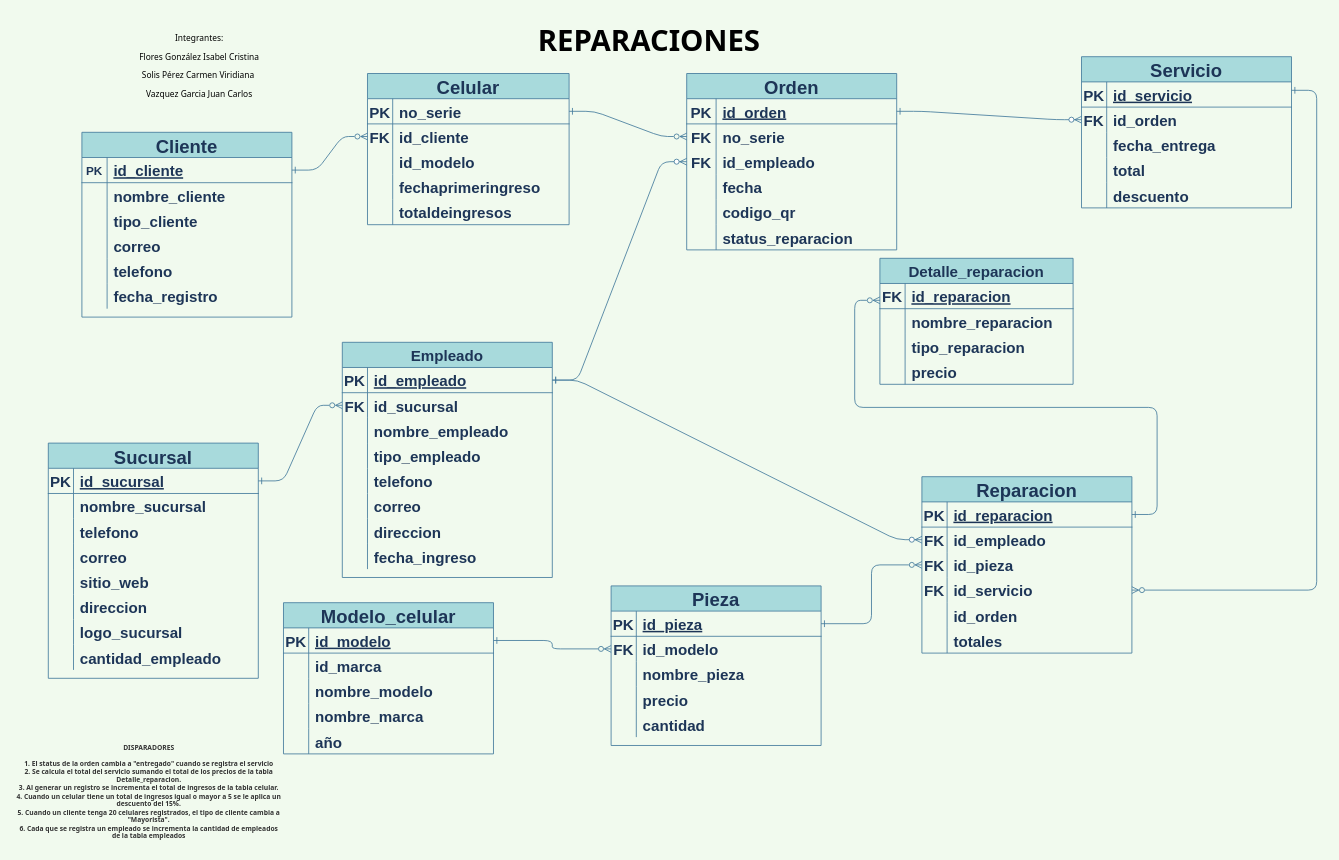
ViridianaSolis11/Base-de-datos- keeps this draw.io diagram as Borrador2Reparaciones.drawio. Above is the earlier version. Source tidied: cells renumbered, new cells numbered last; positions are measured from the earlier drawing's top-left corner, leaving out a move shared by most shapes. Both pictures are drawn from the tidied source at 84%, with x=0, y=0 at pixel (14, 14).
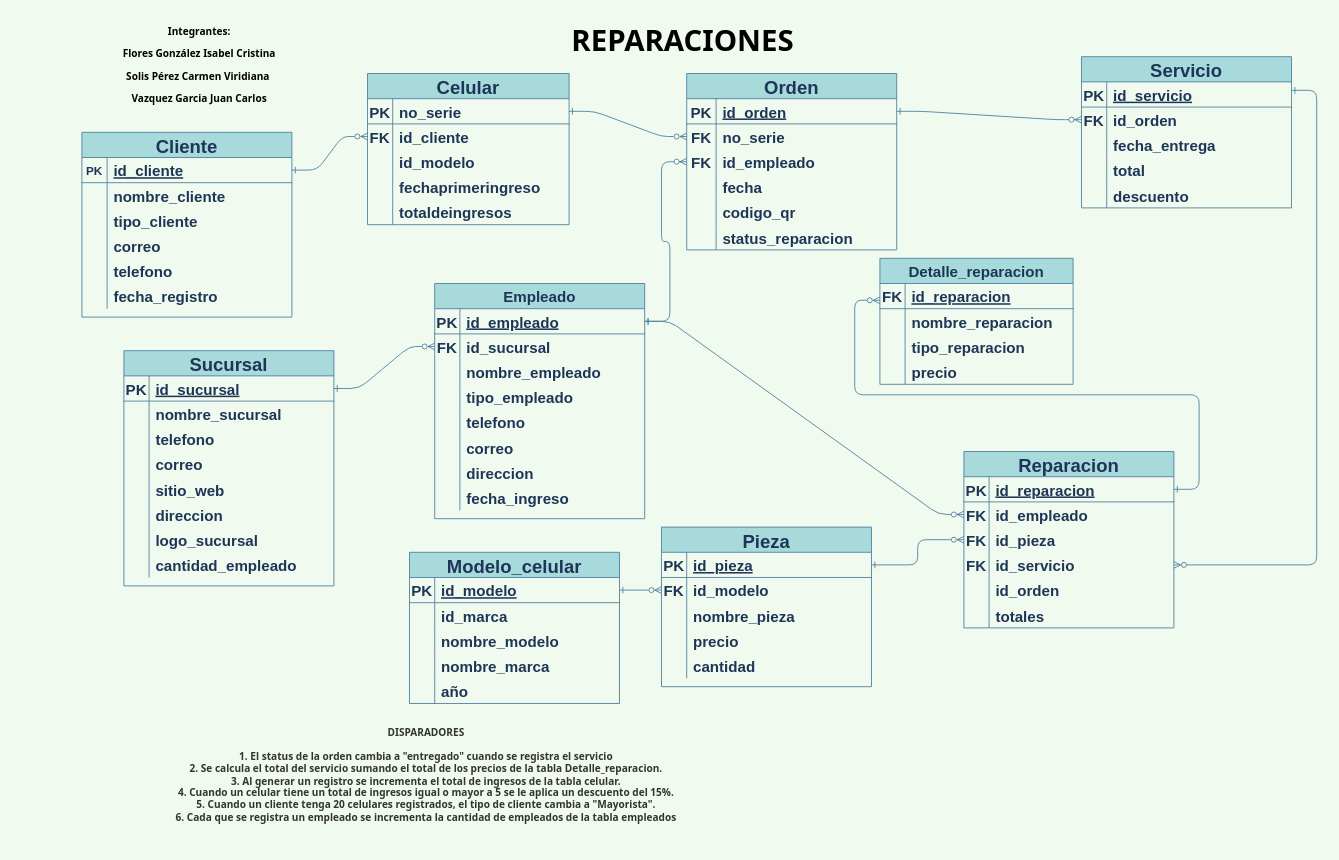
The same page after the edit.

What changed in the source:
```diff
@@
     <mxCell id="22" value="Sucursal" style="shape=table;startSize=30;childLayout=tableLayout;rowLines=0;fontStyle=1;align=center;fontSize=22;fillColor=#A8DADC;strokeColor=#457B9D;fontColor=#1D3557;" parent="1" vertex="1">
-      <mxGeometry x="40" y="510" width="250" height="280" as="geometry" />
+      <mxGeometry x="130" y="400" width="250" height="280" as="geometry" />
     </mxCell>
@@
     <mxCell id="66" value="Reparacion" style="shape=table;startSize=30;childLayout=tableLayout;rowLines=0;fontStyle=1;align=center;fontSize=22;fillColor=#A8DADC;strokeColor=#457B9D;fontColor=#1D3557;" parent="1" vertex="1">
-      <mxGeometry x="1080" y="550" width="250" height="210" as="geometry" />
+      <mxGeometry x="1130" y="520" width="250" height="210" as="geometry" />
     </mxCell>
@@
     <mxCell id="101" value="Pieza" style="shape=table;startSize=30;childLayout=tableLayout;rowLines=0;fontStyle=1;align=center;fontSize=22;fillColor=#A8DADC;strokeColor=#457B9D;fontColor=#1D3557;" parent="1" vertex="1">
-      <mxGeometry x="710" y="680" width="250" height="190" as="geometry" />
+      <mxGeometry x="770" y="610" width="250" height="190" as="geometry" />
     </mxCell>
@@
     <mxCell id="117" value="Empleado" style="shape=table;startSize=30;childLayout=tableLayout;rowLines=0;fontStyle=1;align=center;fontSize=18;fillColor=#A8DADC;strokeColor=#457B9D;fontColor=#1D3557;" parent="1" vertex="1">
-      <mxGeometry x="390" y="390" width="250" height="280" as="geometry" />
+      <mxGeometry x="500" y="320" width="250" height="280" as="geometry" />
     </mxCell>
@@
     <mxCell id="171" value="Modelo_celular" style="shape=table;startSize=30;childLayout=tableLayout;rowLines=0;fontStyle=1;align=center;fontSize=22;fillColor=#A8DADC;strokeColor=#457B9D;fontColor=#1D3557;" parent="1" vertex="1">
-      <mxGeometry x="320" y="700" width="250" height="180" as="geometry" />
+      <mxGeometry x="470" y="640" width="250" height="180" as="geometry" />
     </mxCell>
@@
-    <mxCell id="197" value="&lt;div style=&quot;font-size: 8px;&quot;&gt;&lt;font style=&quot;font-size: 8px;&quot;&gt;DISPARADORES&lt;/font&gt;&lt;/div&gt;&lt;div style=&quot;font-size: 8px;&quot;&gt;&lt;font style=&quot;font-size: 8px;&quot;&gt;&lt;br&gt;&lt;/font&gt;&lt;/div&gt;&lt;div style=&quot;font-size: 8px;&quot;&gt;&lt;font style=&quot;font-size: 8px;&quot;&gt;1. El status de la orden cambia a &quot;entregado&quot; cuando se registra el servicio&lt;/font&gt;&lt;/div&gt;&lt;div style=&quot;font-size: 8px;&quot;&gt;&lt;font style=&quot;font-size: 8px;&quot;&gt;2. Se calcula el total del servicio sumando el total de los precios de la tabla Detalle_reparacion.&lt;/font&gt;&lt;/div&gt;&lt;div style=&quot;font-size: 8px;&quot;&gt;&lt;font style=&quot;font-size: 8px;&quot;&gt;3. Al generar un registro se incrementa el total de ingresos de la tabla celular.&lt;/font&gt;&lt;/div&gt;&lt;div style=&quot;font-size: 8px;&quot;&gt;&lt;font style=&quot;font-size: 8px;&quot;&gt;4. Cuando un celular tiene un total de ingresos igual o mayor a 5 se le aplica un descuento del 15%.&lt;/font&gt;&lt;/div&gt;&lt;div style=&quot;font-size: 8px;&quot;&gt;&lt;font style=&quot;font-size: 8px;&quot;&gt;5. Cuando un cliente tenga 20 celulares registrados, el tipo de cliente cambia a &quot;Mayorista&quot;.&lt;/font&gt;&lt;/div&gt;&lt;div style=&quot;font-size: 8px;&quot;&gt;&lt;font style=&quot;font-size: 8px;&quot;&gt;6. Cada que se registra un empleado se incrementa la cantidad de empleados de la tabla empleados&lt;/font&gt;&lt;/div&gt;" style="rounded=0;whiteSpace=wrap;html=1;fontSize=10;fontFamily=Tahoma;fillColor=none;fontColor=#333333;strokeColor=none;fontStyle=1;" parent="1" vertex="1">
-      <mxGeometry y="860" width="320" height="130" as="geometry" />
+    <mxCell id="197" value="&lt;div style=&quot;font-size: 12px;&quot;&gt;&lt;font style=&quot;font-size: 12px;&quot;&gt;DISPARADORES&lt;/font&gt;&lt;/div&gt;&lt;div style=&quot;font-size: 12px;&quot;&gt;&lt;font style=&quot;font-size: 12px;&quot;&gt;&lt;br style=&quot;font-size: 12px;&quot;&gt;&lt;/font&gt;&lt;/div&gt;&lt;div style=&quot;font-size: 12px;&quot;&gt;&lt;font style=&quot;font-size: 12px;&quot;&gt;1. El status de la orden cambia a &quot;entregado&quot; cuando se registra el servicio&lt;/font&gt;&lt;/div&gt;&lt;div style=&quot;font-size: 12px;&quot;&gt;&lt;font style=&quot;font-size: 12px;&quot;&gt;2. Se calcula el total del servicio sumando el total de los precios de la tabla Detalle_reparacion.&lt;/font&gt;&lt;/div&gt;&lt;div style=&quot;font-size: 12px;&quot;&gt;&lt;font style=&quot;font-size: 12px;&quot;&gt;3. Al generar un registro se incrementa el total de ingresos de la tabla celular.&lt;/font&gt;&lt;/div&gt;&lt;div style=&quot;font-size: 12px;&quot;&gt;&lt;font style=&quot;font-size: 12px;&quot;&gt;4. Cuando un celular tiene un total de ingresos igual o mayor a 5 se le aplica un descuento del 15%.&lt;/font&gt;&lt;/div&gt;&lt;div style=&quot;font-size: 12px;&quot;&gt;&lt;font style=&quot;font-size: 12px;&quot;&gt;5. Cuando un cliente tenga 20 celulares registrados, el tipo de cliente cambia a &quot;Mayorista&quot;.&lt;/font&gt;&lt;/div&gt;&lt;div style=&quot;font-size: 12px;&quot;&gt;&lt;font style=&quot;font-size: 12px;&quot;&gt;6. Cada que se registra un empleado se incrementa la cantidad de empleados de la tabla empleados&lt;/font&gt;&lt;/div&gt;" style="rounded=0;whiteSpace=wrap;html=1;fontSize=12;fontFamily=Tahoma;fillColor=none;fontColor=#333333;strokeColor=none;fontStyle=1;" parent="1" vertex="1">
+      <mxGeometry x="180" y="840" width="620" height="130" as="geometry" />
     </mxCell>
     <mxCell id="198" value="REPARACIONES&amp;nbsp;" style="rounded=0;whiteSpace=wrap;html=1;fontFamily=Tahoma;fontSize=35;fontColor=#000000;strokeColor=none;fillColor=none;fontStyle=1;" parent="1" vertex="1">
-      <mxGeometry x="700" width="120" height="60" as="geometry" />
+      <mxGeometry x="740" width="120" height="60" as="geometry" />
     </mxCell>
-    <mxCell id="199" value="&lt;p style=&quot;font-size: 10px;&quot;&gt;Integrantes:&lt;/p&gt;&lt;p style=&quot;font-size: 10px;&quot;&gt;Flores González Isabel Cristina&lt;/p&gt;&lt;p style=&quot;font-size: 10px;&quot;&gt;Solis Pérez Carmen Viridiana&amp;nbsp;&lt;/p&gt;&lt;p style=&quot;font-size: 10px;&quot;&gt;Vazquez Garcia Juan Carlos&lt;/p&gt;" style="rounded=0;whiteSpace=wrap;html=1;fontFamily=Tahoma;fontSize=35;fontColor=#000000;strokeColor=none;fillColor=none;" parent="1" vertex="1">
+    <mxCell id="199" value="&lt;p style=&quot;font-size: 12px;&quot;&gt;Integrantes:&lt;/p&gt;&lt;p style=&quot;font-size: 12px;&quot;&gt;Flores González Isabel Cristina&lt;/p&gt;&lt;p style=&quot;font-size: 12px;&quot;&gt;Solis Pérez Carmen Viridiana&amp;nbsp;&lt;/p&gt;&lt;p style=&quot;font-size: 12px;&quot;&gt;Vazquez Garcia Juan Carlos&lt;/p&gt;" style="rounded=0;whiteSpace=wrap;html=1;fontFamily=Tahoma;fontSize=12;fontColor=#000000;strokeColor=none;fillColor=none;fontStyle=1;" parent="1" vertex="1">
       <mxGeometry x="70" y="30" width="300" height="60" as="geometry" />
     </mxCell>
```
